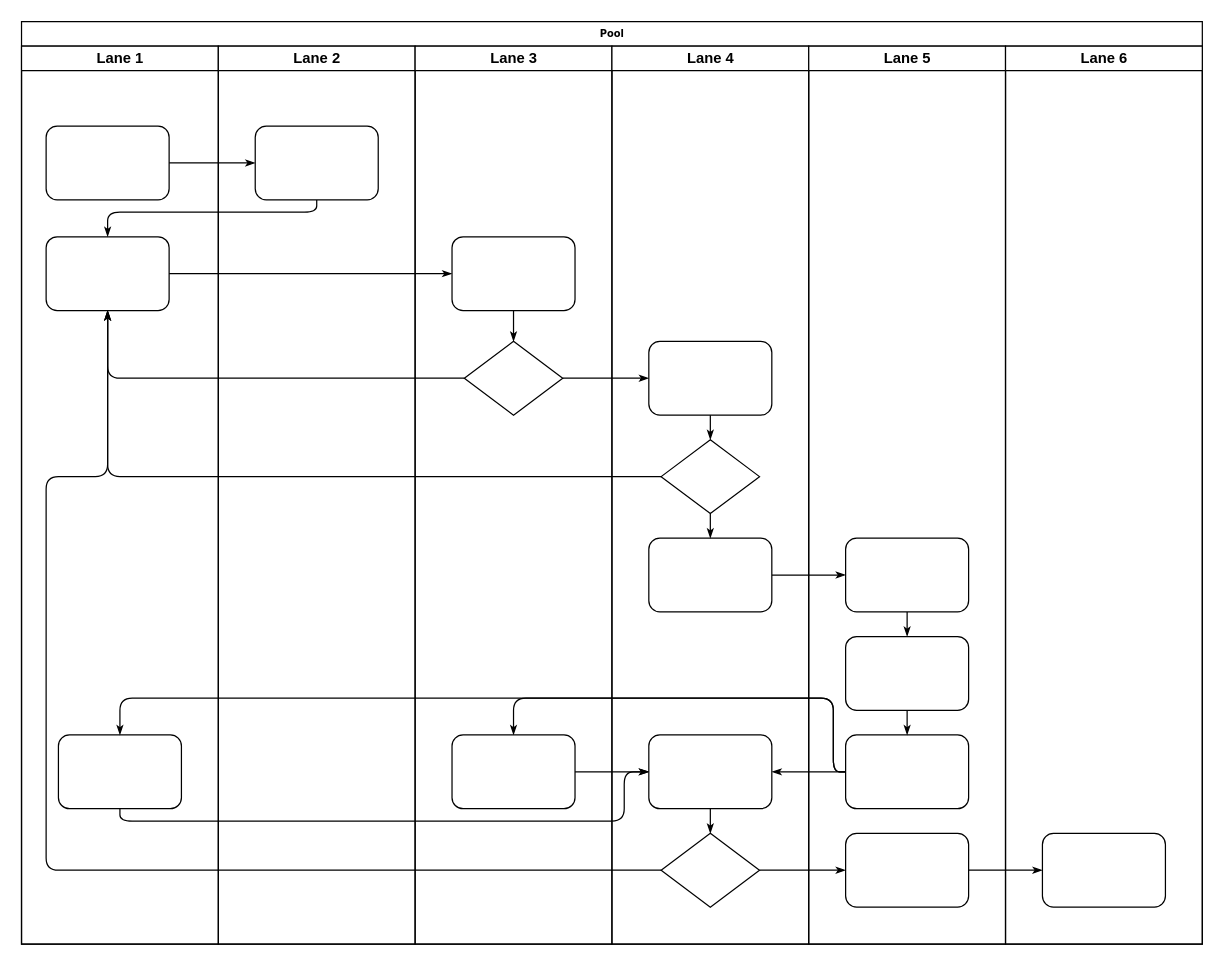
ManGuo/HealthFarm keeps this draw.io diagram as Graph/1---健康农场---全流程.drawio. Above is the earlier version. Source tidied: cells renumbered, new cells numbered last; positions are measured from the earlier drawing's top-left corner, leaving out a move shared by most shapes. Both pictures are drawn from the tidied source at 123%, with x=0, y=0 at pixel (21, 21).
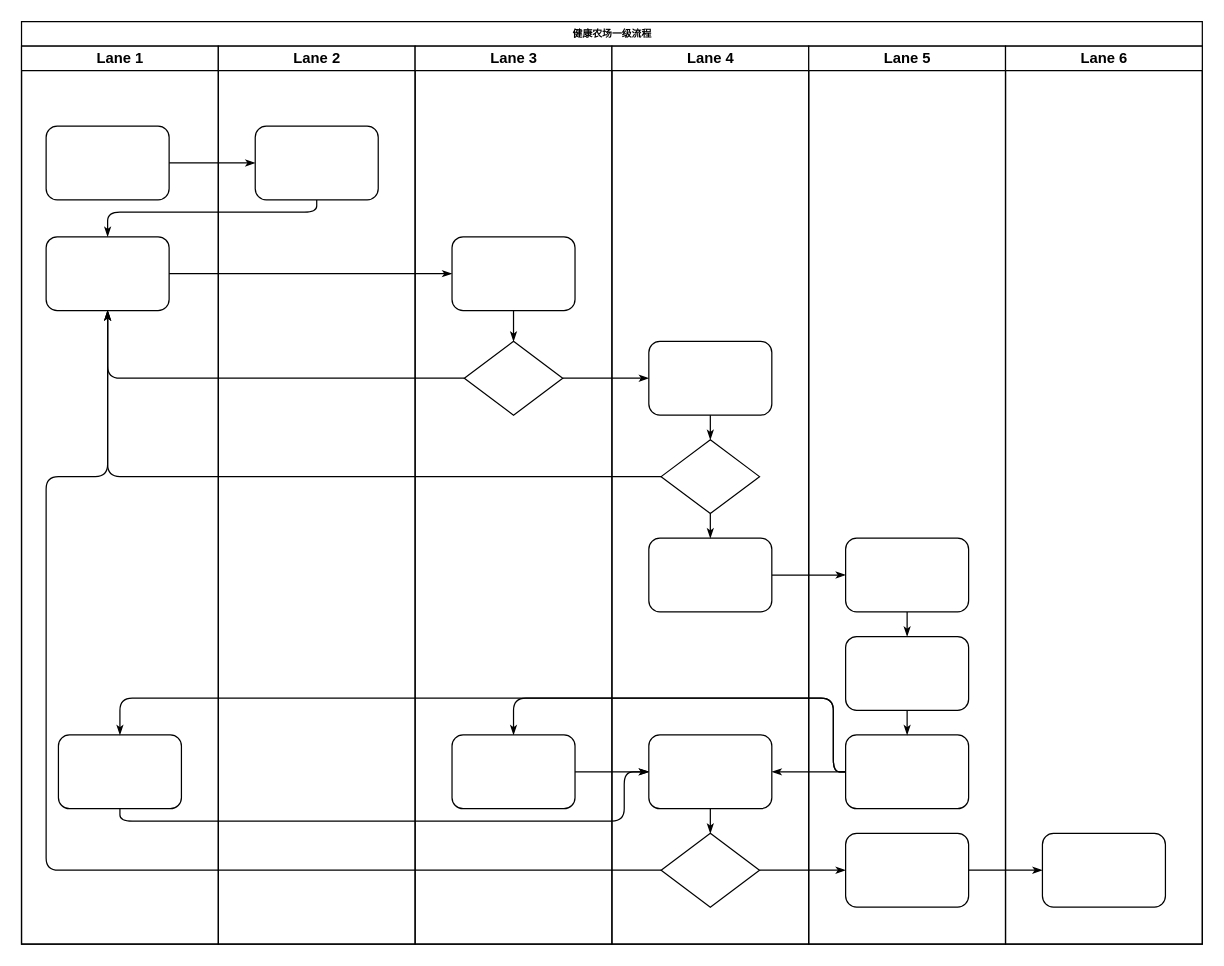
The same diagram, later.

Commit message:
更新1---健康农场---全流程.drawio

Diff of the diagram source:
```diff
@@
-    <mxCell id="2" value="Pool" style="swimlane;html=1;startSize=20;rounded=0;shadow=0;labelBackgroundColor=none;strokeWidth=1;fontFamily=Verdana;fontSize=8;align=center;" parent="1" vertex="1">
+    <mxCell id="2" value="健康农场一级流程" style="swimlane;html=1;startSize=20;rounded=0;shadow=0;labelBackgroundColor=none;strokeWidth=1;fontFamily=Verdana;fontSize=8;align=center;" parent="1" vertex="1">
       <mxGeometry width="960" height="750" as="geometry" />
     </mxCell>
```
